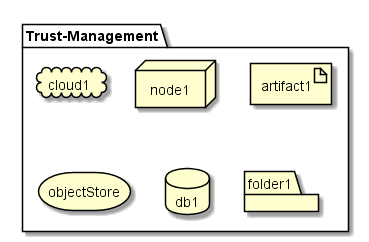
This is docs/Solution/Trust-Manager/Deployment.png from CAADE/CloudLet, a PlantUML export, as it was before one commit.
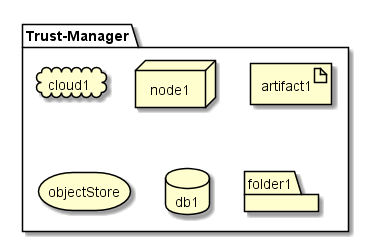
After the change.

The edit, as a diff of the source:
```diff
@@ -1,6 +1,6 @@
 @startuml
 
-package  "Trust-Management" {
+package  "Trust-Manager" {
   cloud cloud1
   node node1
   artifact artifact1
```
